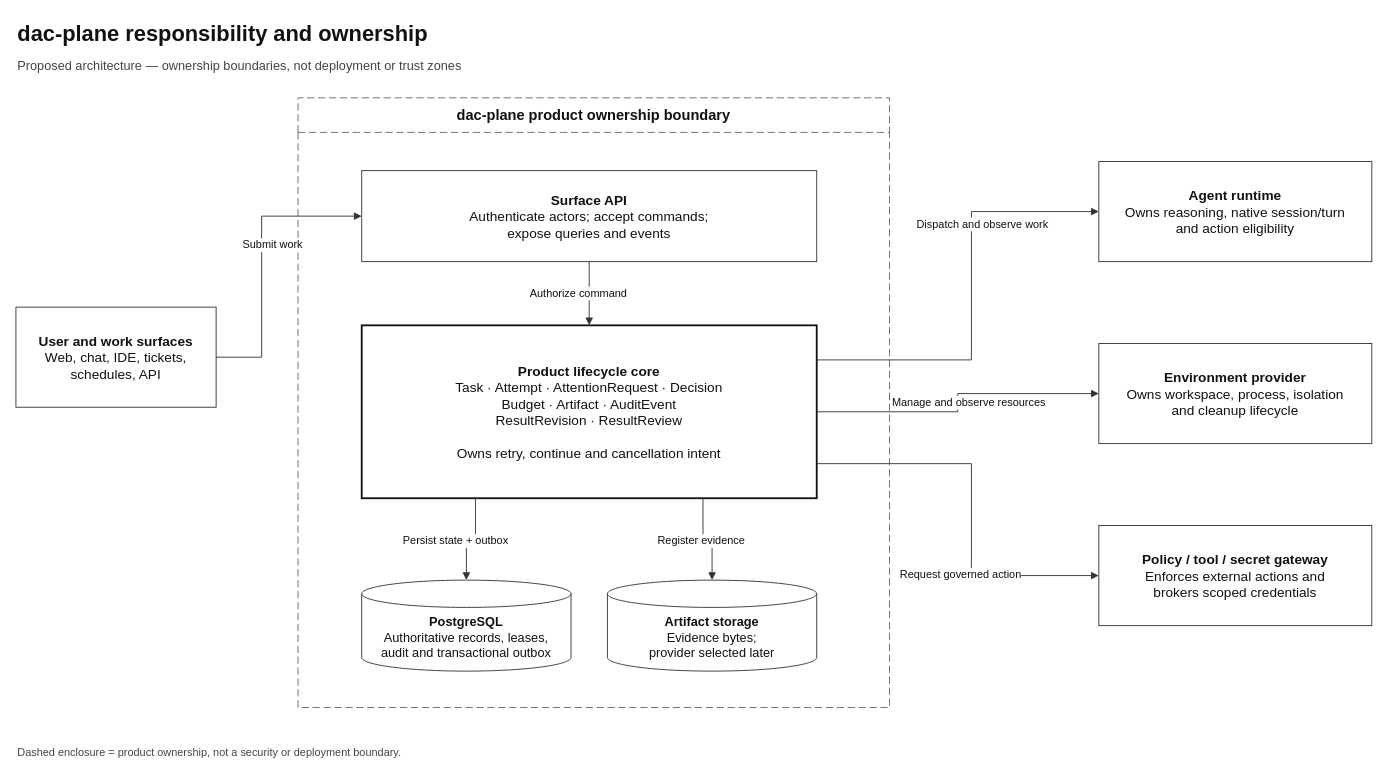
This is docs/architecture/responsibility-map.drawio from dac-plane/dac-plane, a draw.io file, before an edit. Source tidied: cells renumbered, new cells numbered last; positions are measured from the earlier drawing's top-left corner, leaving out a move shared by most shapes. Both pictures are drawn from the tidied source at 91%, with x=0, y=0 at pixel (15, 15).
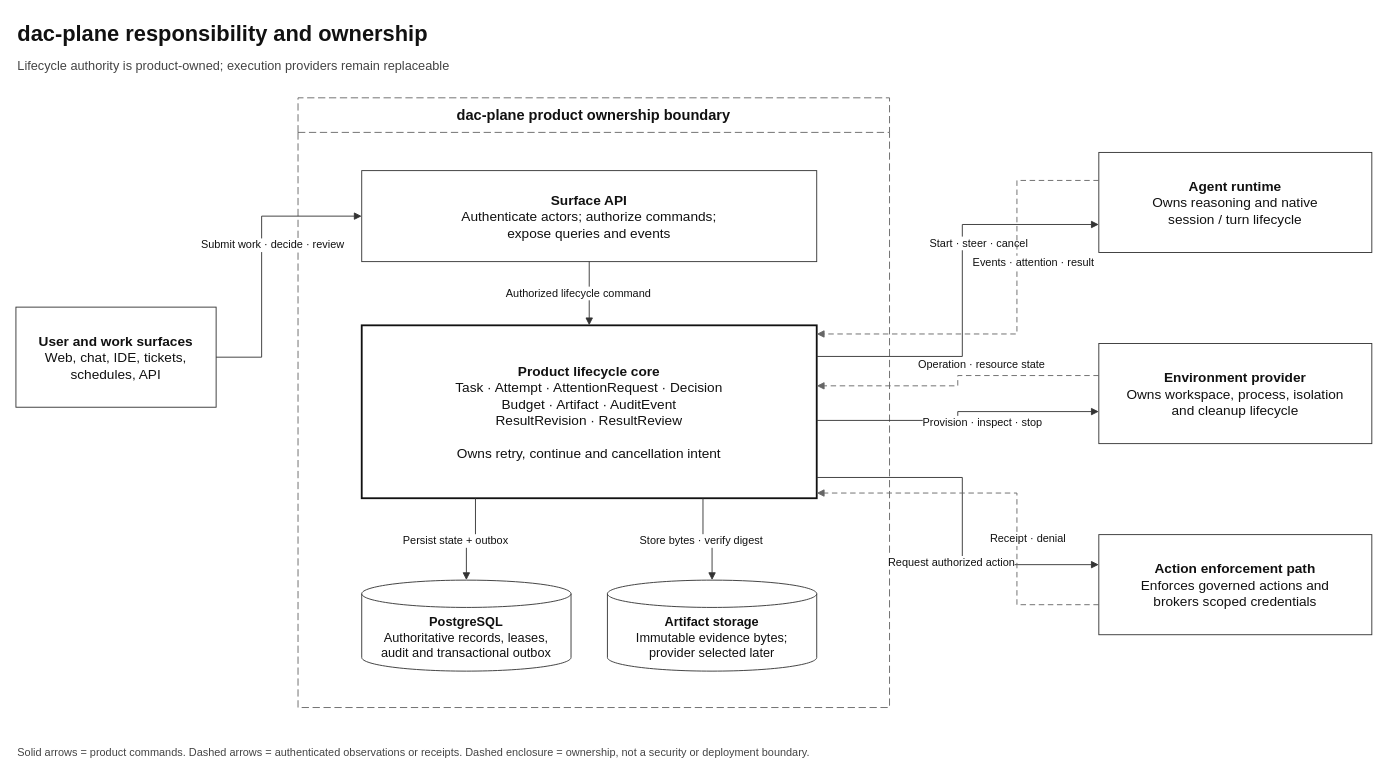
The same page after the edit.

Commit message (it also covers changes not shown here):
docs(architecture): validate initial control-plane baseline

The change refers to these unchanged cells:
```xml
<mxCell id="4" value="&lt;b&gt;User and work surfaces&lt;/b&gt;&lt;br&gt;Web, chat, IDE, tickets,&lt;br&gt;schedules, API" style="rounded=0;whiteSpace=wrap;html=1;fillColor=#FFFFFF;strokeColor=#333333;fontColor=#111111;fontSize=15;spacing=10;" parent="1" vertex="1">
  <mxGeometry y="320" width="220" height="110" as="geometry" />
</mxCell>
<mxCell id="7" value="&lt;b&gt;Product lifecycle core&lt;/b&gt;&lt;br&gt;Task · Attempt · AttentionRequest · Decision&lt;br&gt;Budget · Artifact · AuditEvent&lt;br&gt;ResultRevision · ResultReview&lt;br&gt;&lt;br&gt;Owns retry, continue and cancellation intent" style="rounded=0;whiteSpace=wrap;html=1;fillColor=#FFFFFF;strokeColor=#111111;strokeWidth=2;fontColor=#111111;fontSize=15;spacing=10;" parent="1" vertex="1">
  <mxGeometry x="380" y="340" width="500" height="190" as="geometry" />
</mxCell>
<mxCell id="11" value="&lt;b&gt;Environment provider&lt;/b&gt;&lt;br&gt;Owns workspace, process, isolation&lt;br&gt;and cleanup lifecycle" style="rounded=0;whiteSpace=wrap;html=1;fillColor=#FFFFFF;strokeColor=#333333;fontColor=#111111;fontSize=15;spacing=10;" parent="1" vertex="1">
  <mxGeometry x="1190" y="360" width="300" height="110" as="geometry" />
</mxCell>
```

The edit, as a diff of the source:
```diff
@@
-    <mxCell id="3" value="Proposed architecture — ownership boundaries, not deployment or trust zones" style="text;html=1;strokeColor=none;fillColor=none;align=left;verticalAlign=middle;fontSize=14;fontColor=#444444;" parent="1" vertex="1">
+    <mxCell id="3" value="Lifecycle authority is product-owned; execution providers remain replaceable" style="text;html=1;strokeColor=none;fillColor=none;align=left;verticalAlign=middle;fontSize=14;fontColor=#444444;" parent="1" vertex="1">
       <mxGeometry y="40" width="760" height="30" as="geometry" />
     </mxCell>
@@
-    <mxCell id="6" value="&lt;b&gt;Surface API&lt;/b&gt;&lt;br&gt;Authenticate actors; accept commands;&lt;br&gt;expose queries and events" style="rounded=0;whiteSpace=wrap;html=1;fillColor=#FFFFFF;strokeColor=#333333;fontColor=#111111;fontSize=15;spacing=10;" parent="1" vertex="1">
+    <mxCell id="6" value="&lt;b&gt;Surface API&lt;/b&gt;&lt;br&gt;Authenticate actors; authorize commands;&lt;br&gt;expose queries and events" style="rounded=0;whiteSpace=wrap;html=1;fillColor=#FFFFFF;strokeColor=#333333;fontColor=#111111;fontSize=15;spacing=10;" parent="1" vertex="1">
       <mxGeometry x="380" y="170" width="500" height="100" as="geometry" />
     </mxCell>
@@
-    <mxCell id="9" value="&lt;b&gt;Artifact storage&lt;/b&gt;&lt;br&gt;Evidence bytes;&lt;br&gt;provider selected later" style="shape=cylinder3;whiteSpace=wrap;html=1;boundedLbl=1;backgroundOutline=1;fillColor=#FFFFFF;strokeColor=#333333;fontColor=#111111;fontSize=14;spacing=8;" parent="1" vertex="1">
+    <mxCell id="9" value="&lt;b&gt;Artifact storage&lt;/b&gt;&lt;br&gt;Immutable evidence bytes;&lt;br&gt;provider selected later" style="shape=cylinder3;whiteSpace=wrap;html=1;boundedLbl=1;backgroundOutline=1;fillColor=#FFFFFF;strokeColor=#333333;fontColor=#111111;fontSize=14;spacing=8;" parent="1" vertex="1">
       <mxGeometry x="650" y="620" width="230" height="100" as="geometry" />
     </mxCell>
-    <mxCell id="10" value="&lt;b&gt;Agent runtime&lt;/b&gt;&lt;br&gt;Owns reasoning, native session/turn&lt;br&gt;and action eligibility" style="rounded=0;whiteSpace=wrap;html=1;fillColor=#FFFFFF;strokeColor=#333333;fontColor=#111111;fontSize=15;spacing=10;" parent="1" vertex="1">
-      <mxGeometry x="1190" y="160" width="300" height="110" as="geometry" />
+    <mxCell id="10" value="&lt;b&gt;Agent runtime&lt;/b&gt;&lt;br&gt;Owns reasoning and native&lt;br&gt;session / turn lifecycle" style="rounded=0;whiteSpace=wrap;html=1;fillColor=#FFFFFF;strokeColor=#333333;fontColor=#111111;fontSize=15;spacing=10;" parent="1" vertex="1">
+      <mxGeometry x="1190" y="150" width="300" height="110" as="geometry" />
     </mxCell>
@@
-    <mxCell id="12" value="&lt;b&gt;Policy / tool / secret gateway&lt;/b&gt;&lt;br&gt;Enforces external actions and&lt;br&gt;brokers scoped credentials" style="rounded=0;whiteSpace=wrap;html=1;fillColor=#FFFFFF;strokeColor=#333333;fontColor=#111111;fontSize=15;spacing=10;" parent="1" vertex="1">
-      <mxGeometry x="1190" y="560" width="300" height="110" as="geometry" />
+    <mxCell id="12" value="&lt;b&gt;Action enforcement path&lt;/b&gt;&lt;br&gt;Enforces governed actions and&lt;br&gt;brokers scoped credentials" style="rounded=0;whiteSpace=wrap;html=1;fillColor=#FFFFFF;strokeColor=#333333;fontColor=#111111;fontSize=15;spacing=10;" parent="1" vertex="1">
+      <mxGeometry x="1190" y="570" width="300" height="110" as="geometry" />
     </mxCell>
-    <mxCell id="13" value="Dashed enclosure = product ownership, not a security or deployment boundary." style="text;html=1;strokeColor=none;fillColor=none;align=left;verticalAlign=middle;fontSize=12;fontColor=#444444;" parent="1" vertex="1">
-      <mxGeometry y="795" width="900" height="30" as="geometry" />
+    <mxCell id="13" value="Solid arrows = product commands. Dashed arrows = authenticated observations or receipts. Dashed enclosure = ownership, not a security or deployment boundary." style="text;html=1;strokeColor=none;fillColor=none;align=left;verticalAlign=middle;fontSize=12;fontColor=#444444;" parent="1" vertex="1">
+      <mxGeometry y="795" width="1450" height="30" as="geometry" />
     </mxCell>
-    <mxCell id="14" value="Submit work" style="edgeStyle=orthogonalEdgeStyle;rounded=0;jettySize=auto;html=1;strokeColor=#333333;fontColor=#111111;fontSize=12;labelBackgroundColor=#FFFFFF;endArrow=block;endFill=1;exitX=1;exitY=0.5;exitDx=0;exitDy=0;entryX=0;entryY=0.5;entryDx=0;entryDy=0;" parent="1" edge="1" source="4" target="6">
+    <mxCell id="14" value="Submit work · decide · review" style="edgeStyle=orthogonalEdgeStyle;rounded=0;jettySize=auto;html=1;strokeColor=#333333;fontColor=#111111;fontSize=12;labelBackgroundColor=#FFFFFF;endArrow=block;endFill=1;exitX=1;exitY=0.5;exitDx=0;exitDy=0;entryX=0;entryY=0.5;entryDx=0;entryDy=0;" parent="1" edge="1" source="4" target="6">
       <mxGeometry x="0.1" y="-12" relative="1" as="geometry">
         <Array as="points">
           <mxPoint x="270" y="375" />
           <mxPoint x="270" y="220" />
         </Array>
       </mxGeometry>
     </mxCell>
-    <mxCell id="15" value="Authorize command" style="edgeStyle=orthogonalEdgeStyle;rounded=0;jettySize=auto;html=1;strokeColor=#333333;fontColor=#111111;fontSize=12;labelBackgroundColor=#FFFFFF;endArrow=block;endFill=1;exitX=0.5;exitY=1;exitDx=0;exitDy=0;entryX=0.5;entryY=0;entryDx=0;entryDy=0;" parent="1" edge="1" source="6" target="7">
+    <mxCell id="15" value="Authorized lifecycle command" style="edgeStyle=orthogonalEdgeStyle;rounded=0;jettySize=auto;html=1;strokeColor=#333333;fontColor=#111111;fontSize=12;labelBackgroundColor=#FFFFFF;endArrow=block;endFill=1;exitX=0.5;exitY=1;exitDx=0;exitDy=0;entryX=0.5;entryY=0;entryDx=0;entryDy=0;" parent="1" edge="1" source="6" target="7">
       <mxGeometry y="-12" relative="1" as="geometry" />
     </mxCell>
@@
-    <mxCell id="17" value="Register evidence" style="edgeStyle=orthogonalEdgeStyle;rounded=0;jettySize=auto;html=1;strokeColor=#333333;fontColor=#111111;fontSize=12;labelBackgroundColor=#FFFFFF;endArrow=block;endFill=1;exitX=0.75;exitY=1;exitDx=0;exitDy=0;entryX=0.5;entryY=0;entryDx=0;entryDy=0;" parent="1" edge="1" source="7" target="9">
+    <mxCell id="17" value="Store bytes · verify digest" style="edgeStyle=orthogonalEdgeStyle;rounded=0;jettySize=auto;html=1;strokeColor=#333333;fontColor=#111111;fontSize=12;labelBackgroundColor=#FFFFFF;endArrow=block;endFill=1;exitX=0.75;exitY=1;exitDx=0;exitDy=0;entryX=0.5;entryY=0;entryDx=0;entryDy=0;" parent="1" edge="1" source="7" target="9">
       <mxGeometry x="0.15" y="-12" relative="1" as="geometry" />
     </mxCell>
-    <mxCell id="18" value="Dispatch and observe work" style="edgeStyle=orthogonalEdgeStyle;rounded=0;jettySize=auto;html=1;strokeColor=#333333;fontColor=#111111;fontSize=12;labelBackgroundColor=#FFFFFF;endArrow=block;endFill=1;exitX=1;exitY=0.2;exitDx=0;exitDy=0;entryX=0;entryY=0.5;entryDx=0;entryDy=0;" parent="1" edge="1" source="7" target="10">
-      <mxGeometry x="0.35" y="-12" relative="1" as="geometry">
+    <mxCell id="18" value="Start · steer · cancel" style="edgeStyle=orthogonalEdgeStyle;rounded=0;jettySize=auto;html=1;strokeColor=#333333;fontColor=#111111;fontSize=12;labelBackgroundColor=#FFFFFF;endArrow=block;endFill=1;exitX=1;exitY=0.18;exitDx=0;exitDy=0;entryX=0;entryY=0.72;entryDx=0;entryDy=0;" parent="1" edge="1" source="7" target="10">
+      <mxGeometry x="0.25" y="-18" relative="1" as="geometry">
         <Array as="points">
-          <mxPoint x="1050" y="378" />
-          <mxPoint x="1050" y="215" />
+          <mxPoint x="1040" y="374" />
+          <mxPoint x="1040" y="229" />
         </Array>
       </mxGeometry>
     </mxCell>
+    <mxCell id="21" value="Events · attention · result" style="edgeStyle=orthogonalEdgeStyle;rounded=0;jettySize=auto;html=1;strokeColor=#666666;fontColor=#111111;fontSize=12;labelBackgroundColor=#FFFFFF;endArrow=block;endFill=1;dashed=1;dashPattern=6 4;exitX=0;exitY=0.28;exitDx=0;exitDy=0;entryX=1;entryY=0.05;entryDx=0;entryDy=0;" parent="1" edge="1" source="10" target="7">
+      <mxGeometry x="-0.25" y="18" relative="1" as="geometry">
+        <Array as="points">
+          <mxPoint x="1100" y="181" />
+          <mxPoint x="1100" y="350" />
+        </Array>
+      </mxGeometry>
+    </mxCell>
-    <mxCell id="19" value="Manage and observe resources" style="edgeStyle=orthogonalEdgeStyle;rounded=0;jettySize=auto;html=1;strokeColor=#333333;fontColor=#111111;fontSize=12;labelBackgroundColor=#FFFFFF;endArrow=block;endFill=1;exitX=1;exitY=0.5;exitDx=0;exitDy=0;entryX=0;entryY=0.5;entryDx=0;entryDy=0;" parent="1" edge="1" source="7" target="11">
-      <mxGeometry y="-12" relative="1" as="geometry" />
+    <mxCell id="19" value="Provision · inspect · stop" style="edgeStyle=orthogonalEdgeStyle;rounded=0;jettySize=auto;html=1;strokeColor=#333333;fontColor=#111111;fontSize=12;labelBackgroundColor=#FFFFFF;endArrow=block;endFill=1;exitX=1;exitY=0.55;exitDx=0;exitDy=0;entryX=0;entryY=0.68;entryDx=0;entryDy=0;" parent="1" edge="1" source="7" target="11">
+      <mxGeometry x="0.2" y="-12" relative="1" as="geometry" />
     </mxCell>
+    <mxCell id="22" value="Operation · resource state" style="edgeStyle=orthogonalEdgeStyle;rounded=0;jettySize=auto;html=1;strokeColor=#666666;fontColor=#111111;fontSize=12;labelBackgroundColor=#FFFFFF;endArrow=block;endFill=1;dashed=1;dashPattern=6 4;exitX=0;exitY=0.32;exitDx=0;exitDy=0;entryX=1;entryY=0.35;entryDx=0;entryDy=0;" parent="1" edge="1" source="11" target="7">
+      <mxGeometry x="-0.2" y="-12" relative="1" as="geometry" />
+    </mxCell>
-    <mxCell id="20" value="Request governed action" style="edgeStyle=orthogonalEdgeStyle;rounded=0;jettySize=auto;html=1;strokeColor=#333333;fontColor=#111111;fontSize=12;labelBackgroundColor=#FFFFFF;endArrow=block;endFill=1;exitX=1;exitY=0.8;exitDx=0;exitDy=0;entryX=0;entryY=0.5;entryDx=0;entryDy=0;" parent="1" edge="1" source="7" target="12">
-      <mxGeometry x="0.35" y="-12" relative="1" as="geometry">
+    <mxCell id="20" value="Request authorized action" style="edgeStyle=orthogonalEdgeStyle;rounded=0;jettySize=auto;html=1;strokeColor=#333333;fontColor=#111111;fontSize=12;labelBackgroundColor=#FFFFFF;endArrow=block;endFill=1;exitX=1;exitY=0.88;exitDx=0;exitDy=0;entryX=0;entryY=0.3;entryDx=0;entryDy=0;" parent="1" edge="1" source="7" target="12">
+      <mxGeometry x="0.25" y="-12" relative="1" as="geometry">
         <Array as="points">
-          <mxPoint x="1050" y="492" />
-          <mxPoint x="1050" y="615" />
+          <mxPoint x="1040" y="507" />
+          <mxPoint x="1040" y="603" />
         </Array>
       </mxGeometry>
     </mxCell>
+    <mxCell id="23" value="Receipt · denial" style="edgeStyle=orthogonalEdgeStyle;rounded=0;jettySize=auto;html=1;strokeColor=#666666;fontColor=#111111;fontSize=12;labelBackgroundColor=#FFFFFF;endArrow=block;endFill=1;dashed=1;dashPattern=6 4;exitX=0;exitY=0.7;exitDx=0;exitDy=0;entryX=1;entryY=0.97;entryDx=0;entryDy=0;" parent="1" edge="1" source="12" target="7">
+      <mxGeometry x="-0.25" y="-12" relative="1" as="geometry">
+        <Array as="points">
+          <mxPoint x="1100" y="647" />
+          <mxPoint x="1100" y="524" />
+        </Array>
+      </mxGeometry>
+    </mxCell>
```
